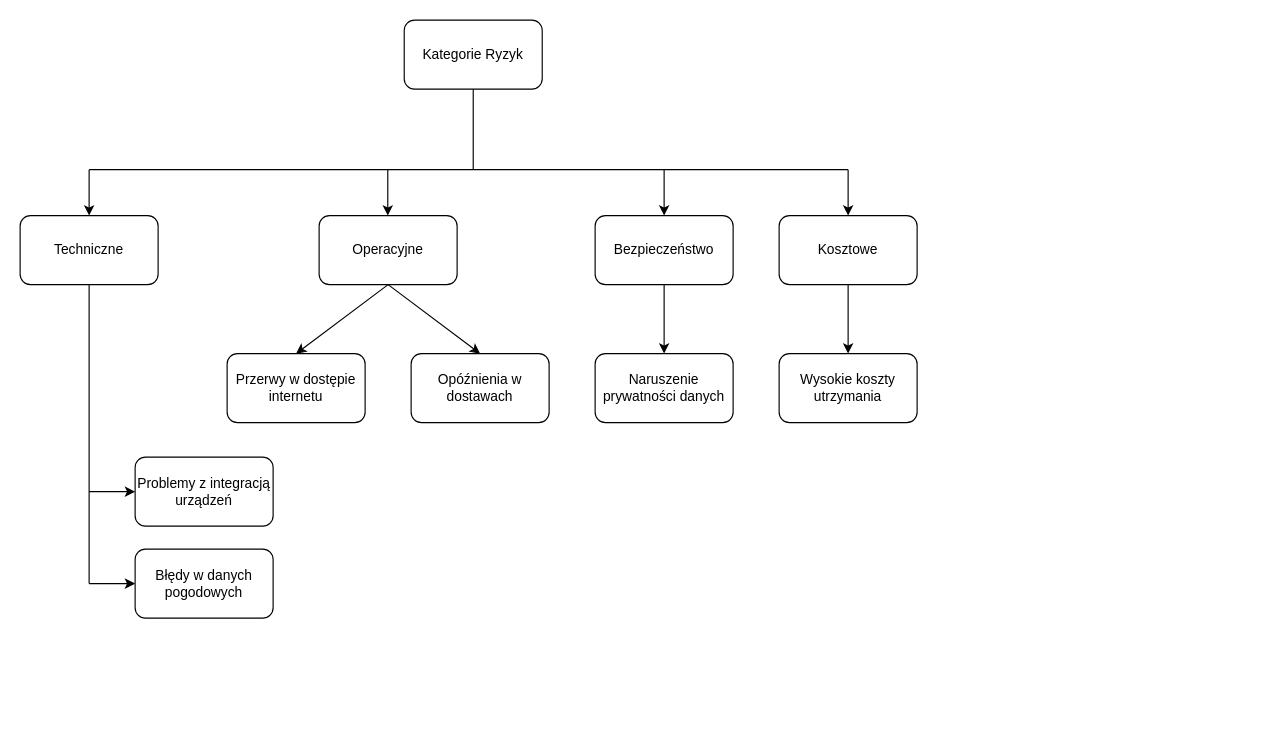
This is drzewo_ryzyk.drawio from julian428/wbs, a draw.io file, before an edit. Source tidied: cells renumbered, new cells numbered last; positions are measured from the earlier drawing's top-left corner, leaving out a move shared by most shapes. Both pictures are drawn from the tidied source at 115%, with x=0, y=0 at pixel (20, 20).
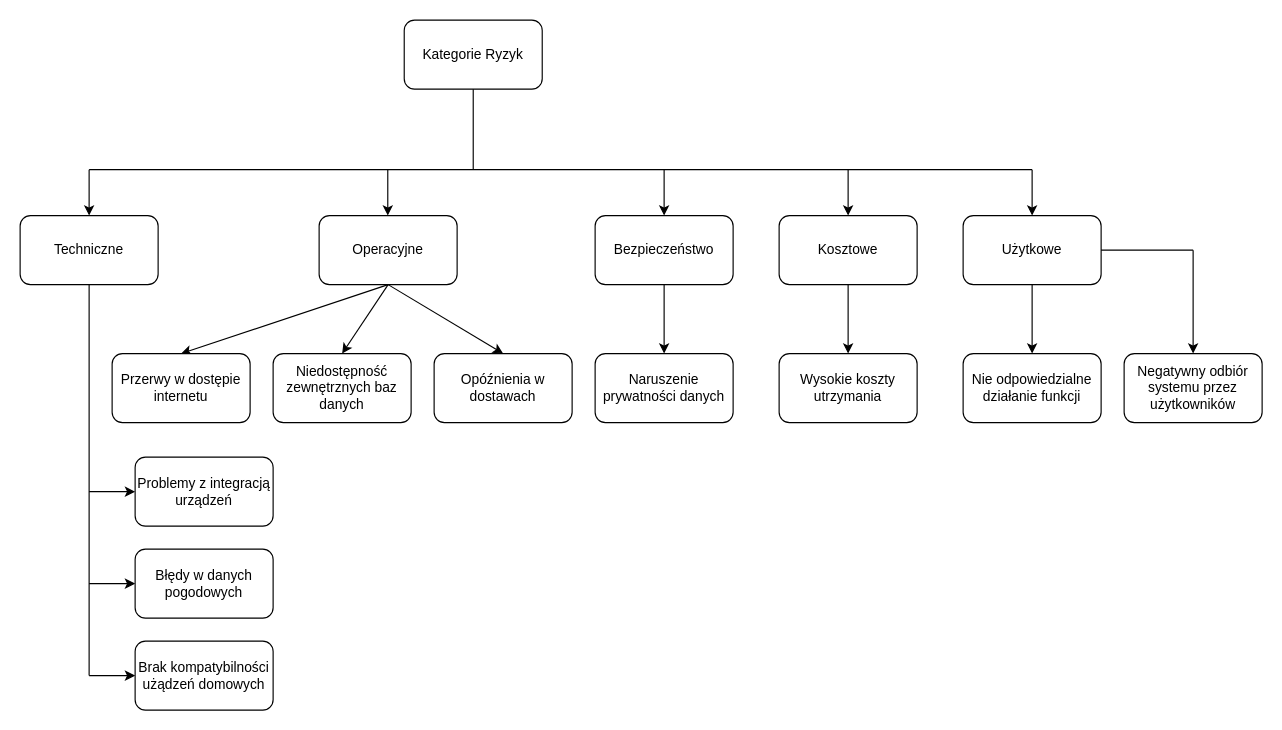
After the change.

Unchanged cells that the change refers to:
```xml
<mxCell id="4" value="Techniczne" style="rounded=1;whiteSpace=wrap;html=1;" parent="1" vertex="1">
  <mxGeometry y="170" width="120" height="60" as="geometry" />
</mxCell>
<mxCell id="7" value="Operacyjne" style="rounded=1;whiteSpace=wrap;html=1;" parent="1" vertex="1">
  <mxGeometry x="260" y="170" width="120" height="60" as="geometry" />
</mxCell>
```

Change to the diagram source:
```diff
@@
     <mxCell id="8" style="endArrow=none;html=1;rounded=0;" parent="1" edge="1">
       <mxGeometry relative="1" as="geometry">
         <mxPoint x="60" y="130" as="sourcePoint" />
-        <mxPoint x="720" y="130" as="targetPoint" />
+        <mxPoint x="880" y="130" as="targetPoint" />
       </mxGeometry>
     </mxCell>
@@
-    <mxCell id="17" style="endArrow=classic;html=1;rounded=0;exitX=0.5;exitY=1;exitDx=0;exitDy=0;" parent="1" edge="1" source="7">
-      <mxGeometry relative="1" as="geometry">
-        <mxPoint x="400" y="290" as="targetPoint" />
-      </mxGeometry>
+    <mxCell id="17" style="endArrow=classic;html=1;rounded=0;exitX=0.5;exitY=1;exitDx=0;exitDy=0;entryX=0.5;entryY=0;entryDx=0;entryDy=0;" parent="1" edge="1" source="7" target="20">
+      <mxGeometry relative="1" as="geometry" />
     </mxCell>
-    <mxCell id="18" style="endArrow=classic;html=1;rounded=0;" parent="1" edge="1">
+    <mxCell id="18" style="endArrow=classic;html=1;rounded=0;entryX=0.5;entryY=0;entryDx=0;entryDy=0;" parent="1" edge="1" target="19">
       <mxGeometry relative="1" as="geometry">
         <mxPoint x="320" y="230" as="sourcePoint" />
-        <mxPoint x="240" y="290" as="targetPoint" />
       </mxGeometry>
     </mxCell>
     <mxCell id="19" value="Przerwy w dostępie internetu" style="rounded=1;whiteSpace=wrap;html=1;" parent="1" vertex="1">
-      <mxGeometry x="180" y="290" width="120" height="60" as="geometry" />
+      <mxGeometry x="80" y="290" width="120" height="60" as="geometry" />
     </mxCell>
     <mxCell id="20" value="Opóźnienia w dostawach" style="rounded=1;whiteSpace=wrap;html=1;" parent="1" vertex="1">
-      <mxGeometry x="340" y="290" width="120" height="60" as="geometry" />
+      <mxGeometry x="360" y="290" width="120" height="60" as="geometry" />
     </mxCell>
     <mxCell id="21" style="endArrow=none;html=1;rounded=0;entryX=0.5;entryY=1;entryDx=0;entryDy=0;" parent="1" edge="1" target="4">
       <mxGeometry relative="1" as="geometry">
-        <mxPoint x="60" y="490" as="sourcePoint" />
+        <mxPoint x="60" y="570" as="sourcePoint" />
       </mxGeometry>
     </mxCell>
@@
+    <mxCell id="26" style="endArrow=classic;html=1;rounded=0;entryX=0.5;entryY=0;entryDx=0;entryDy=0;" parent="1" edge="1" target="27">
+      <mxGeometry relative="1" as="geometry">
+        <mxPoint x="880" y="130" as="sourcePoint" />
+      </mxGeometry>
+    </mxCell>
+    <mxCell id="27" value="Użytkowe" style="rounded=1;whiteSpace=wrap;html=1;" parent="1" vertex="1">
+      <mxGeometry x="820" y="170" width="120" height="60" as="geometry" />
+    </mxCell>
+    <mxCell id="28" value="Brak kompatybilności użądzeń domowych" style="rounded=1;whiteSpace=wrap;html=1;" parent="1" vertex="1">
+      <mxGeometry x="100" y="540" width="120" height="60" as="geometry" />
+    </mxCell>
+    <mxCell id="29" style="endArrow=classic;html=1;rounded=0;entryX=0;entryY=0.5;entryDx=0;entryDy=0;" parent="1" edge="1" target="28">
+      <mxGeometry relative="1" as="geometry">
+        <mxPoint x="60" y="570" as="sourcePoint" />
+      </mxGeometry>
+    </mxCell>
+    <mxCell id="30" style="endArrow=classic;html=1;rounded=0;" parent="1" edge="1">
+      <mxGeometry relative="1" as="geometry">
+        <mxPoint x="320" y="230" as="sourcePoint" />
+        <mxPoint x="280" y="290" as="targetPoint" />
+      </mxGeometry>
+    </mxCell>
+    <mxCell id="31" value="Niedostępność zewnętrznych baz danych" style="rounded=1;whiteSpace=wrap;html=1;" parent="1" vertex="1">
+      <mxGeometry x="220" y="290" width="120" height="60" as="geometry" />
+    </mxCell>
+    <mxCell id="32" style="endArrow=classic;html=1;rounded=0;exitX=0.5;exitY=1;exitDx=0;exitDy=0;" parent="1" edge="1" source="27">
+      <mxGeometry relative="1" as="geometry">
+        <mxPoint x="880" y="290" as="targetPoint" />
+      </mxGeometry>
+    </mxCell>
+    <mxCell id="33" value="Nie odpowiedzialne działanie funkcji" style="rounded=1;whiteSpace=wrap;html=1;" parent="1" vertex="1">
+      <mxGeometry x="820" y="290" width="120" height="60" as="geometry" />
+    </mxCell>
+    <mxCell id="34" style="endArrow=classic;html=1;rounded=0;entryX=0.5;entryY=0;entryDx=0;entryDy=0;" parent="1" edge="1" target="36">
+      <mxGeometry relative="1" as="geometry">
+        <mxPoint x="1020" y="200" as="sourcePoint" />
+      </mxGeometry>
+    </mxCell>
+    <mxCell id="35" style="endArrow=none;html=1;rounded=0;" parent="1" edge="1">
+      <mxGeometry relative="1" as="geometry">
+        <mxPoint x="940" y="200" as="sourcePoint" />
+        <mxPoint x="1020" y="200" as="targetPoint" />
+      </mxGeometry>
+    </mxCell>
+    <mxCell id="36" value="Negatywny odbiór systemu przez użytkowników" style="rounded=1;whiteSpace=wrap;html=1;" parent="1" vertex="1">
+      <mxGeometry x="960" y="290" width="120" height="60" as="geometry" />
+    </mxCell>
```
